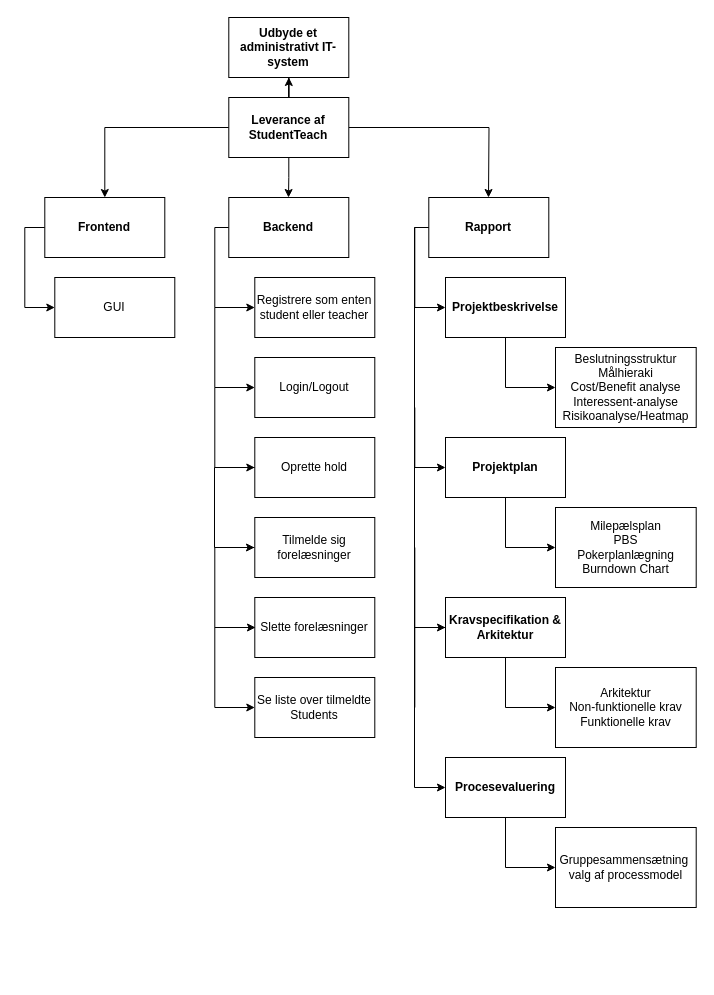
ChrisMJAndre/GruppeProjekt-2 keeps this draw.io diagram as public/Andet/PBS ITP Diagram.drawio. Above is the earlier version. Source tidied: cells renumbered, new cells numbered last; positions are measured from the earlier drawing's top-left corner, leaving out a move shared by most shapes. Both pictures are drawn from the tidied source at 100%, with x=0, y=0 at pixel (24, 17).
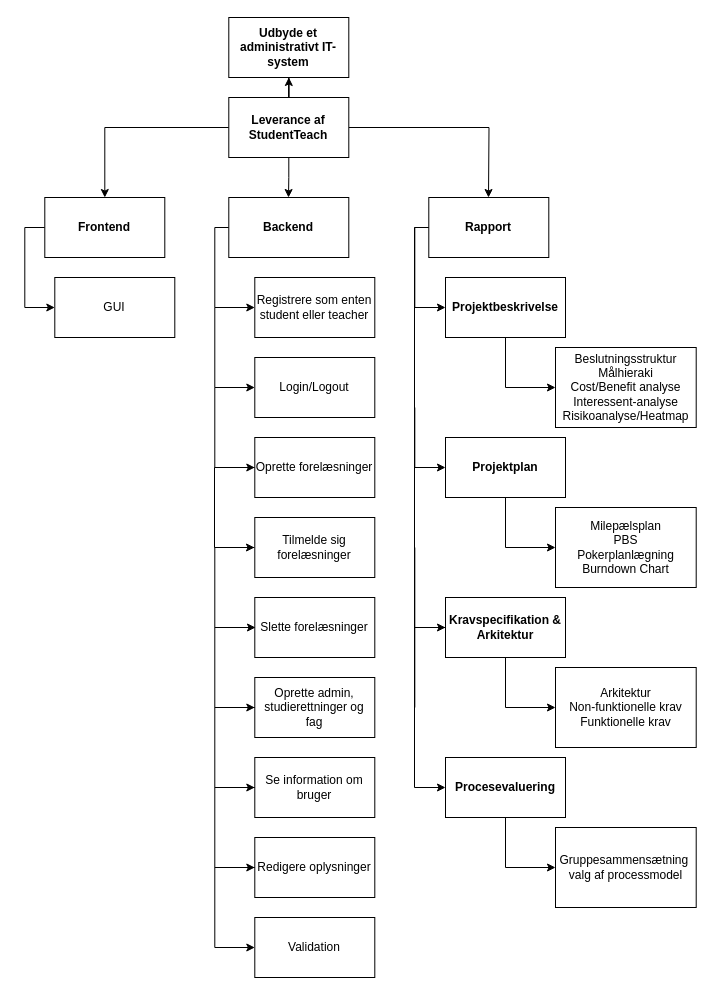
The same page after the edit.

What changed in the source:
```diff
@@
-    <mxCell id="22" value="Oprette hold" style="rounded=0;whiteSpace=wrap;html=1;" parent="1" vertex="1">
+    <mxCell id="22" value="Oprette forelæsninger" style="rounded=0;whiteSpace=wrap;html=1;" parent="1" vertex="1">
       <mxGeometry x="230.3" y="420" width="120" height="60" as="geometry" />
     </mxCell>
@@
-    <mxCell id="33" value="Se liste over tilmeldte Students" style="rounded=0;whiteSpace=wrap;html=1;" parent="1" vertex="1">
+    <mxCell id="33" value="Oprette admin, studierettninger og fag" style="rounded=0;whiteSpace=wrap;html=1;" parent="1" vertex="1">
       <mxGeometry x="230.3" y="660" width="120" height="60" as="geometry" />
     </mxCell>
@@
+    <mxCell id="42" style="edgeStyle=orthogonalEdgeStyle;rounded=0;orthogonalLoop=1;jettySize=auto;html=1;" parent="1" edge="1">
+      <mxGeometry relative="1" as="geometry">
+        <mxPoint x="230.3" y="690" as="sourcePoint" />
+        <mxPoint x="230.3" y="770" as="targetPoint" />
+        <Array as="points">
+          <mxPoint x="190.3" y="690" />
+          <mxPoint x="190.3" y="770" />
+        </Array>
+      </mxGeometry>
+    </mxCell>
+    <mxCell id="43" value="Se information om bruger" style="rounded=0;whiteSpace=wrap;html=1;" parent="1" vertex="1">
+      <mxGeometry x="230.3" y="740" width="120" height="60" as="geometry" />
+    </mxCell>
+    <mxCell id="44" style="edgeStyle=orthogonalEdgeStyle;rounded=0;orthogonalLoop=1;jettySize=auto;html=1;" parent="1" edge="1">
+      <mxGeometry relative="1" as="geometry">
+        <mxPoint x="230.3" y="770" as="sourcePoint" />
+        <mxPoint x="230.3" y="850" as="targetPoint" />
+        <Array as="points">
+          <mxPoint x="190.3" y="770" />
+          <mxPoint x="190.3" y="850" />
+        </Array>
+      </mxGeometry>
+    </mxCell>
+    <mxCell id="45" value="Redigere oplysninger" style="rounded=0;whiteSpace=wrap;html=1;" parent="1" vertex="1">
+      <mxGeometry x="230.3" y="820" width="120" height="60" as="geometry" />
+    </mxCell>
+    <mxCell id="46" style="edgeStyle=orthogonalEdgeStyle;rounded=0;orthogonalLoop=1;jettySize=auto;html=1;" parent="1" edge="1">
+      <mxGeometry relative="1" as="geometry">
+        <mxPoint x="230.3" y="850" as="sourcePoint" />
+        <mxPoint x="230.3" y="930" as="targetPoint" />
+        <Array as="points">
+          <mxPoint x="190.3" y="850" />
+          <mxPoint x="190.3" y="930" />
+        </Array>
+      </mxGeometry>
+    </mxCell>
+    <mxCell id="47" value="Validation" style="rounded=0;whiteSpace=wrap;html=1;" parent="1" vertex="1">
+      <mxGeometry x="230.3" y="900" width="120" height="60" as="geometry" />
+    </mxCell>
```
